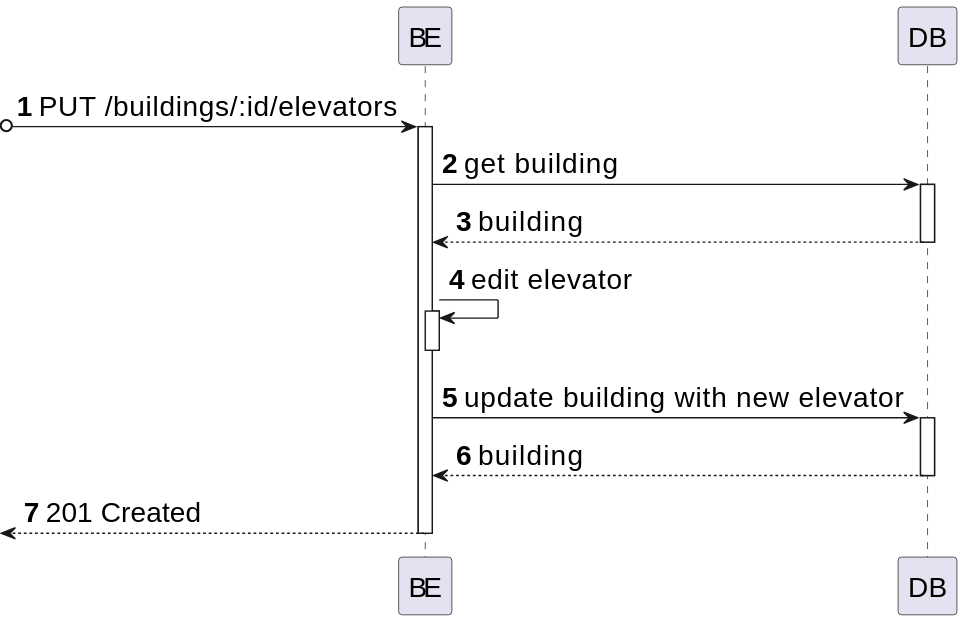
Above: _wiki/sprint-a/us14-280/views/level-3/assets/process-view.svg in miseEnPlace-dev/lapr5 (PlantUML), before the change. Its diagram source:
```plantuml
@startuml
skinparamlocked defaultFontSize 20
autonumber
participant BE as "BE"
participant DB as "DB"

?o-> BE : PUT /buildings/:id/elevators
activate BE

BE -> DB : get building
activate DB
DB --> BE : building
deactivate DB

BE -> BE : edit elevator
activate BE
deactivate BE
BE -> DB : update building with new elevator
activate DB
DB --> BE : building
deactivate DB

<-- BE : 201 Created
deactivate BE
@enduml
```
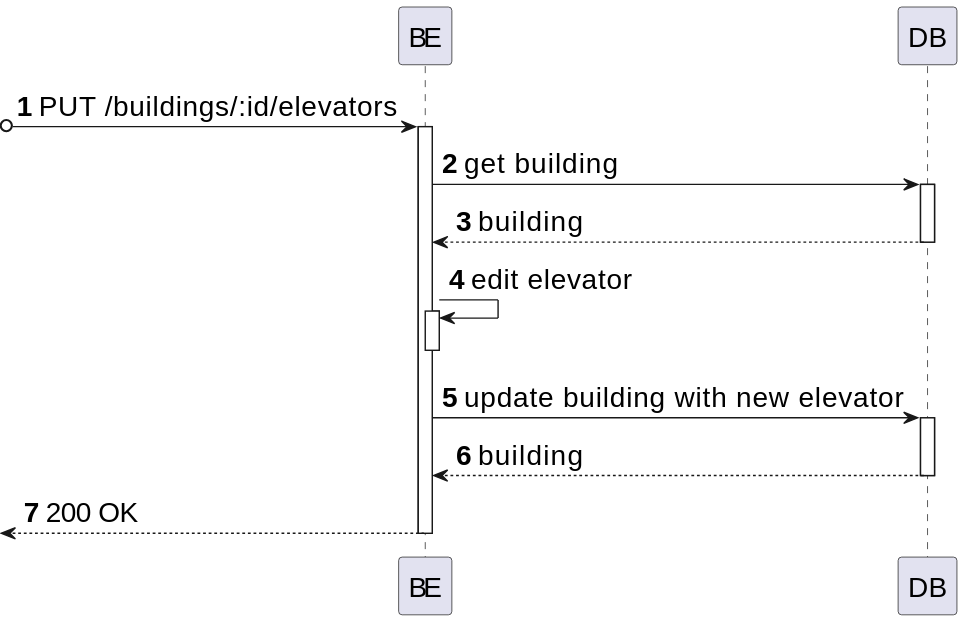
After the change.

Diff of the diagram source:
```diff
@@ -20,6 +20,6 @@
 DB --> BE : building
 deactivate DB
 
-<-- BE : 201 Created
+<-- BE : 200 OK
 deactivate BE
 @enduml
```
